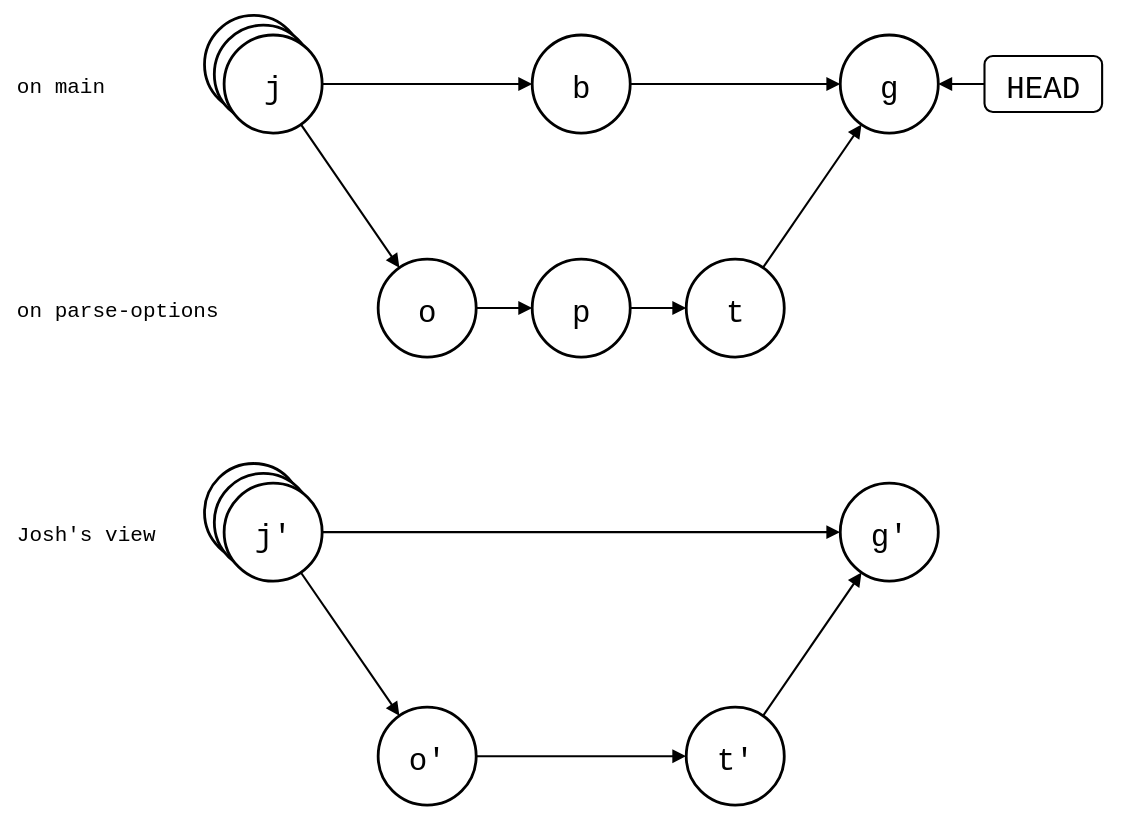
The draw.io diagram docs/05-comparisons/02-third-party/josh-view-merged.drawio.svg in roschaefer/git-splice, before a commit. Source tidied: cells renumbered, new cells last; positions are measured from the earlier drawing's top-left corner, leaving out a move shared by most shapes.
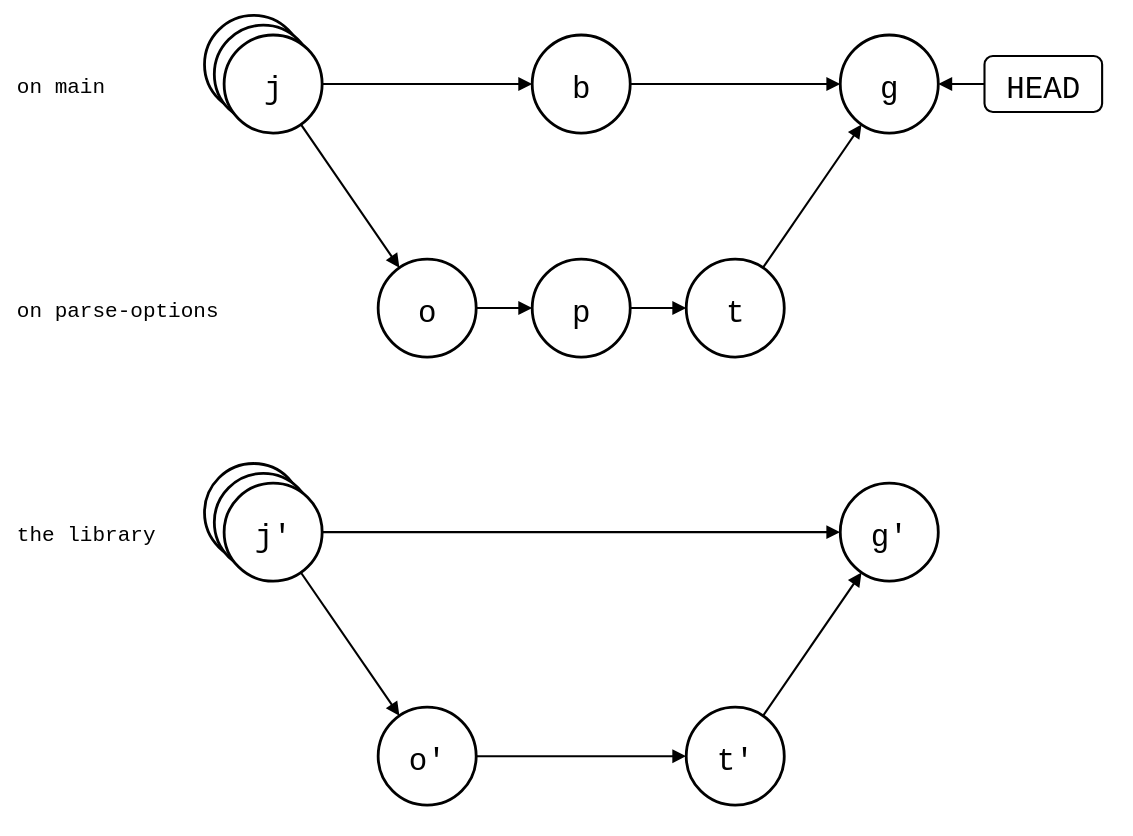
After the commit.

Commit message:
docs(comparisons): show the library under each Josh monorepo drawing

The edit, as a diff of the source:
```diff
@@ -8,7 +8,7 @@
     <mxCell id="3" value="on parse-options" style="text;strokeColor=none;fillColor=none;align=left;verticalAlign=middle;fontSize=15;fontFamily=Roboto Mono,monospace;" parent="1" vertex="1">
       <mxGeometry y="194" width="130" height="30" as="geometry" />
     </mxCell>
-    <mxCell id="4" value="Josh's view" style="text;strokeColor=none;fillColor=none;align=left;verticalAlign=middle;fontSize=15;fontFamily=Roboto Mono,monospace;" parent="1" vertex="1">
+    <mxCell id="4" value="the library" style="text;strokeColor=none;fillColor=none;align=left;verticalAlign=middle;fontSize=15;fontFamily=Roboto Mono,monospace;" parent="1" vertex="1">
       <mxGeometry y="354" width="130" height="30" as="geometry" />
     </mxCell>
     <mxCell id="5" style="shape=ellipse;strokeWidth=2;fontSize=22;fontFamily=Roboto Mono,monospace;" parent="1" vertex="1">
```
